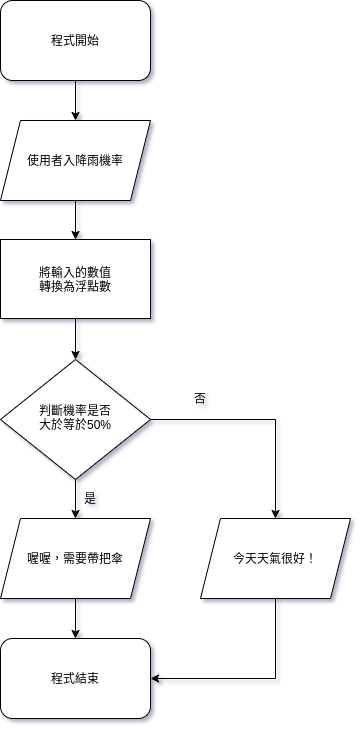
Ken0617/ken keeps this draw.io diagram as rain_probability.png. Above is the earlier version. Source tidied: cells renumbered, new cells last; positions are measured from the earlier drawing's top-left corner, leaving out a move shared by most shapes.
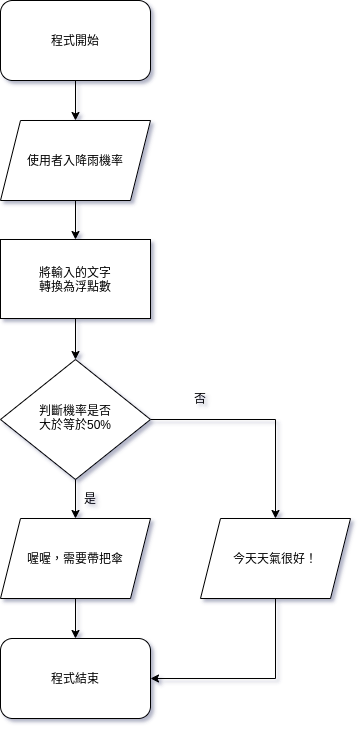
The same diagram one commit later.

Diff of the diagram source:
```diff
@@ -47,7 +47,7 @@
     <mxCell id="16" style="edgeStyle=orthogonalEdgeStyle;rounded=0;jettySize=auto;html=1;exitX=0.5;exitY=1;exitDx=0;exitDy=0;entryX=0.5;entryY=0;entryDx=0;entryDy=0;" parent="1" edge="1" source="17" target="4">
       <mxGeometry relative="1" as="geometry" />
     </mxCell>
-    <mxCell id="17" value="將輸入的數值&lt;br&gt;轉換為浮點數" style="rounded=0;whiteSpace=wrap;html=1;" parent="1" vertex="1">
+    <mxCell id="17" value="將輸入的文字&lt;br&gt;轉換為浮點數" style="rounded=0;whiteSpace=wrap;html=1;" parent="1" vertex="1">
       <mxGeometry y="239" width="150" height="79" as="geometry" />
     </mxCell>
   </root>
```
